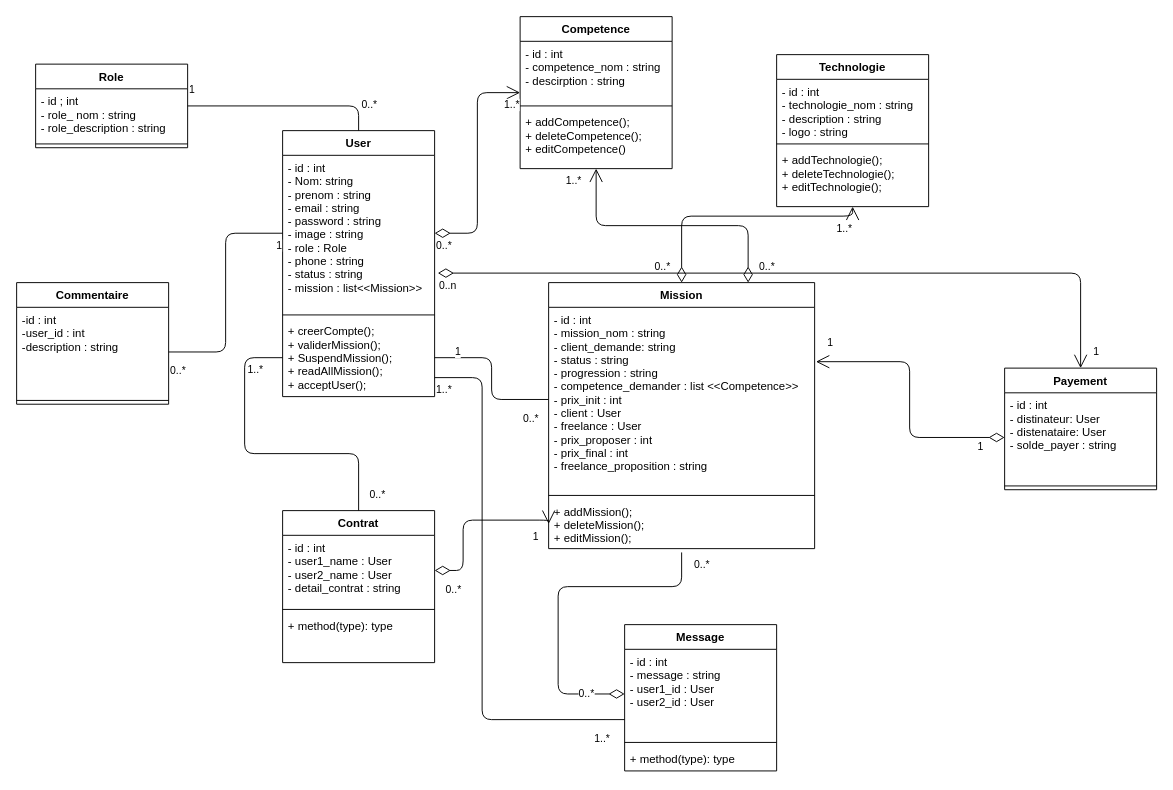
Before: ClassDiagram.drawio in abdell3/WorkHub-Platform-Freelencing, a draw.io diagram. Source tidied: cells renumbered, new cells numbered last; positions are measured from the earlier drawing's top-left corner, leaving out a move shared by most shapes. Both pictures are drawn from the tidied source at 95%, with x=0, y=0 at pixel (16, 16).
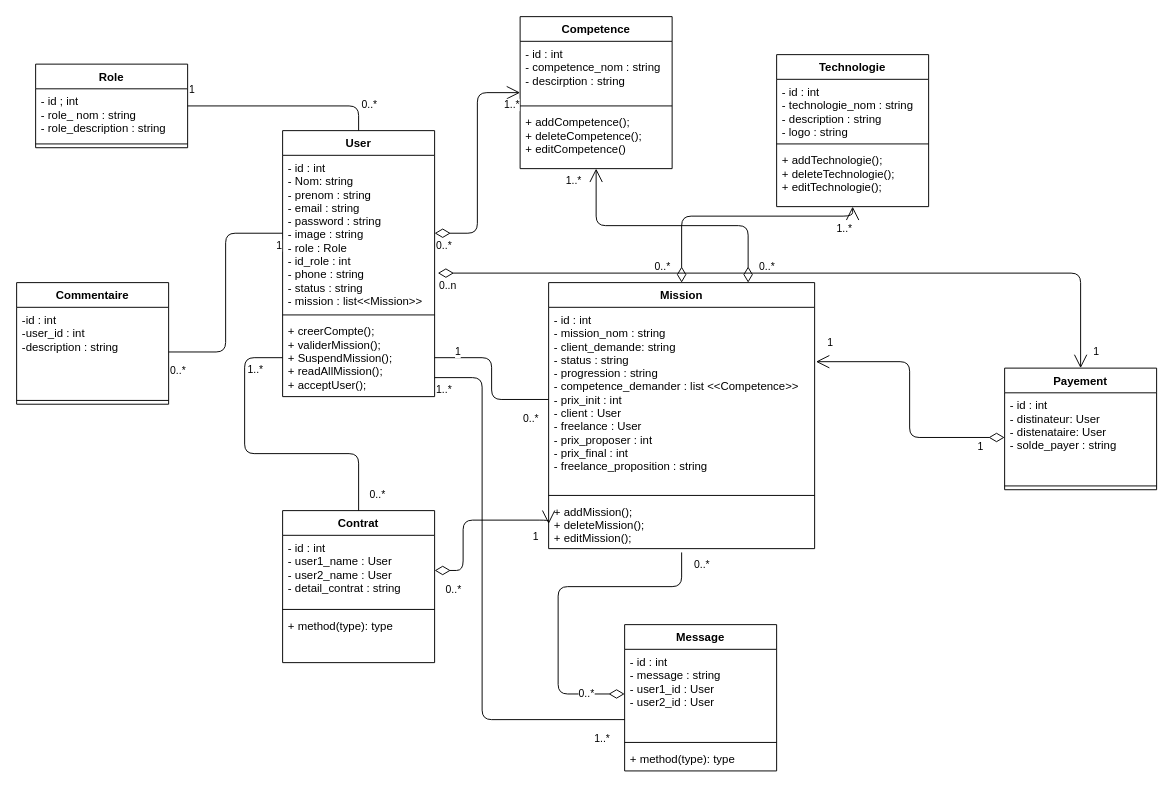
The same page after the edit.

Unchanged cells that the change refers to:
```xml
<mxCell id="2" value="User" style="swimlane;fontStyle=1;align=center;verticalAlign=top;horizontal=1;startSize=26;" parent="1" vertex="1">
  <mxGeometry x="280" y="120" width="160" height="280" as="geometry" />
</mxCell>
```

Change to the diagram source:
```diff
@@
-    <mxCell id="3" value="- id : int&#10;- Nom: string&#10;- prenom : string&#10;- email : string&#10;- password : string&#10;- image : string&#10;- role : Role &#10;- phone : string&#10;- status : string&#10;- mission : list&lt;&lt;Mission&gt;&gt;&#10;&#10;" style="text;strokeColor=none;fillColor=none;align=left;verticalAlign=top;spacingLeft=4;spacingRight=4;overflow=hidden;points=[[0,0.5],[1,0.5]];portConstraint=eastwest;" parent="2" vertex="1">
+    <mxCell id="3" value="- id : int&#10;- Nom: string&#10;- prenom : string&#10;- email : string&#10;- password : string&#10;- image : string&#10;- role : Role &#10;- id_role : int&#10;- phone : string&#10;- status : string&#10;- mission : list&lt;&lt;Mission&gt;&gt;&#10;&#10;" style="text;strokeColor=none;fillColor=none;align=left;verticalAlign=top;spacingLeft=4;spacingRight=4;overflow=hidden;points=[[0,0.5],[1,0.5]];portConstraint=eastwest;" parent="2" vertex="1">
       <mxGeometry y="26" width="160" height="164" as="geometry" />
     </mxCell>
```
